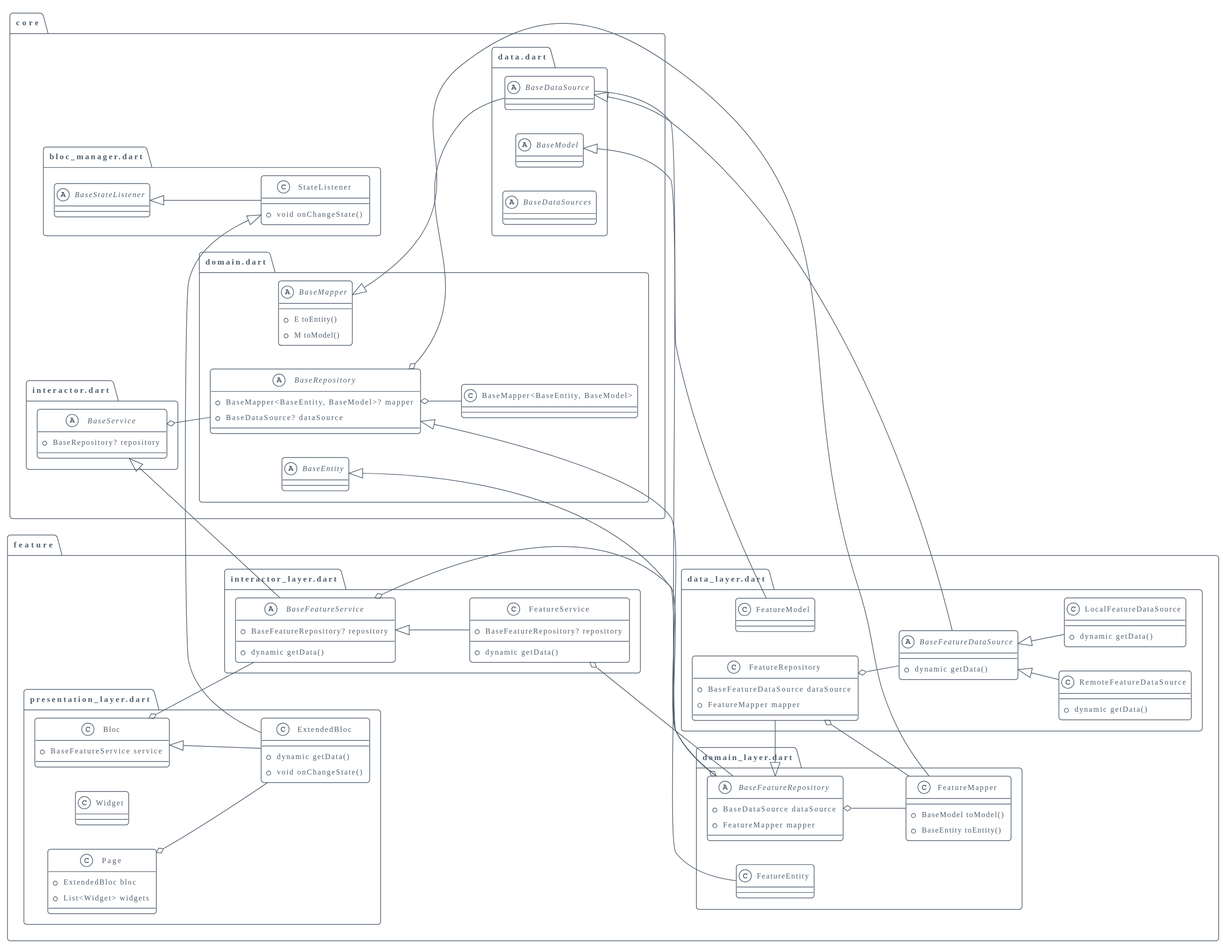
Above: diagram.svg in hamed-rezaee/flutter_component_architecture_poc (PlantUML), before the change.
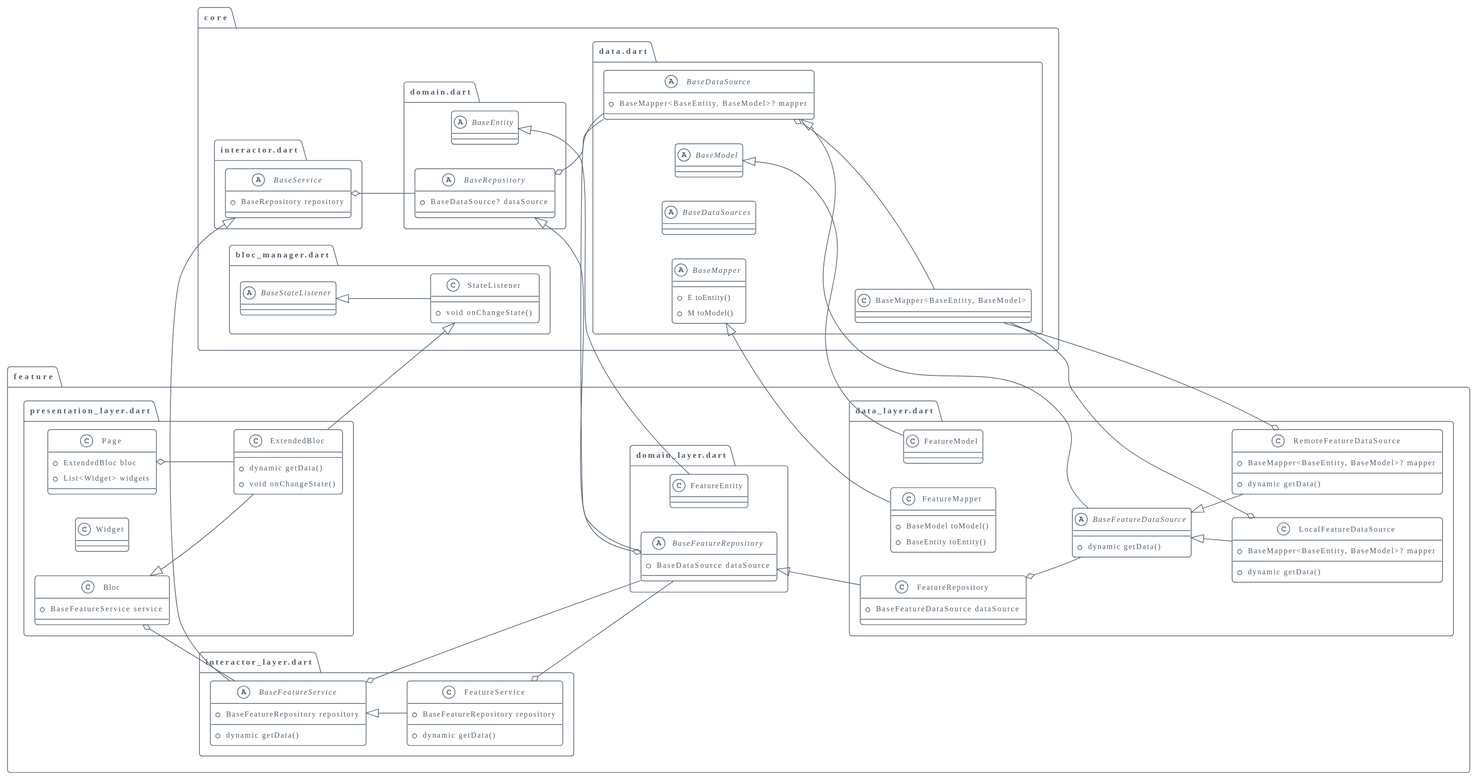
Above is the later version.

Commit message:
update class diagram

The edit, as a diff of the source:
```diff
@@ -5,6 +5,38 @@
 set namespaceSeparator ::
 
 left to right direction
+
+abstract class "core::interactor.dart::BaseService" {
+  +BaseRepository repository
+}
+
+"core::interactor.dart::BaseService" o-- "core::domain.dart::BaseRepository"
+
+abstract class "core::data.dart::BaseDataSource" {
+  +BaseMapper<BaseEntity, BaseModel>? mapper
+}
+
+"core::data.dart::BaseDataSource" o-- "core::data.dart::BaseMapper<BaseEntity, BaseModel>"
+
+abstract class "core::data.dart::BaseModel" {
+}
+
+abstract class "core::data.dart::BaseDataSources" {
+}
+
+abstract class "core::data.dart::BaseMapper" {
+  +E toEntity()
+  +M toModel()
+}
+
+abstract class "core::domain.dart::BaseEntity" {
+}
+
+abstract class "core::domain.dart::BaseRepository" {
+  +BaseDataSource? dataSource
+}
+
+"core::domain.dart::BaseRepository" o-- "core::data.dart::BaseDataSource"
 
 abstract class "core::bloc_manager.dart::BaseStateListener" {
 }
@@ -15,36 +47,33 @@
 
 "core::bloc_manager.dart::BaseStateListener" <|-- "core::bloc_manager.dart::StateListener"
 
-abstract class "core::data.dart::BaseDataSource" {
+class "feature::domain_layer.dart::FeatureEntity" {
 }
 
-abstract class "core::data.dart::BaseModel" {
+"core::domain.dart::BaseEntity" <|-- "feature::domain_layer.dart::FeatureEntity"
+
+abstract class "feature::domain_layer.dart::BaseFeatureRepository" {
+  +BaseDataSource dataSource
 }
 
-abstract class "core::data.dart::BaseDataSources" {
+"feature::domain_layer.dart::BaseFeatureRepository" o-- "core::data.dart::BaseDataSource"
+"core::domain.dart::BaseRepository" <|-- "feature::domain_layer.dart::BaseFeatureRepository"
+
+abstract class "feature::interactor_layer.dart::BaseFeatureService" {
+  +BaseFeatureRepository repository
+  +dynamic getData()
 }
 
-abstract class "core::domain.dart::BaseEntity" {
+"feature::interactor_layer.dart::BaseFeatureService" o-- "feature::domain_layer.dart::BaseFeatureRepository"
+"core::interactor.dart::BaseService" <|-- "feature::interactor_layer.dart::BaseFeatureService"
+
+class "feature::interactor_layer.dart::FeatureService" {
+  +BaseFeatureRepository repository
+  +dynamic getData()
 }
 
-abstract class "core::domain.dart::BaseMapper" {
-  +E toEntity()
-  +M toModel()
-}
-
-abstract class "core::domain.dart::BaseRepository" {
-  +BaseMapper<BaseEntity, BaseModel>? mapper
-  +BaseDataSource? dataSource
-}
-
-"core::domain.dart::BaseRepository" o-- "core::domain.dart::BaseMapper<BaseEntity, BaseModel>"
-"core::domain.dart::BaseRepository" o-- "core::data.dart::BaseDataSource"
-
-abstract class "core::interactor.dart::BaseService" {
-  +BaseRepository? repository
-}
-
-"core::interactor.dart::BaseService" o-- "core::domain.dart::BaseRepository"
+"feature::interactor_layer.dart::FeatureService" o-- "feature::domain_layer.dart::BaseFeatureRepository"
+"feature::interactor_layer.dart::BaseFeatureService" <|-- "feature::interactor_layer.dart::FeatureService"
 
 class "feature::data_layer.dart::FeatureModel" {
 }
@@ -58,62 +87,34 @@
 "core::data.dart::BaseDataSource" <|-- "feature::data_layer.dart::BaseFeatureDataSource"
 
 class "feature::data_layer.dart::RemoteFeatureDataSource" {
+  +BaseMapper<BaseEntity, BaseModel>? mapper
   +dynamic getData()
 }
 
+"feature::data_layer.dart::RemoteFeatureDataSource" o-- "core::data.dart::BaseMapper<BaseEntity, BaseModel>"
 "feature::data_layer.dart::BaseFeatureDataSource" <|-- "feature::data_layer.dart::RemoteFeatureDataSource"
 
 class "feature::data_layer.dart::LocalFeatureDataSource" {
+  +BaseMapper<BaseEntity, BaseModel>? mapper
   +dynamic getData()
 }
 
+"feature::data_layer.dart::LocalFeatureDataSource" o-- "core::data.dart::BaseMapper<BaseEntity, BaseModel>"
 "feature::data_layer.dart::BaseFeatureDataSource" <|-- "feature::data_layer.dart::LocalFeatureDataSource"
 
 class "feature::data_layer.dart::FeatureRepository" {
   +BaseFeatureDataSource dataSource
-  +FeatureMapper mapper
 }
 
 "feature::data_layer.dart::FeatureRepository" o-- "feature::data_layer.dart::BaseFeatureDataSource"
-"feature::data_layer.dart::FeatureRepository" o-- "feature::domain_layer.dart::FeatureMapper"
 "feature::domain_layer.dart::BaseFeatureRepository" <|-- "feature::data_layer.dart::FeatureRepository"
 
-class "feature::domain_layer.dart::FeatureEntity" {
-}
-
-"core::domain.dart::BaseEntity" <|-- "feature::domain_layer.dart::FeatureEntity"
-
-class "feature::domain_layer.dart::FeatureMapper" {
+class "feature::data_layer.dart::FeatureMapper" {
   +BaseModel toModel()
   +BaseEntity toEntity()
 }
 
-"core::domain.dart::BaseMapper" <|-- "feature::domain_layer.dart::FeatureMapper"
-
-abstract class "feature::domain_layer.dart::BaseFeatureRepository" {
-  +BaseDataSource dataSource
-  +FeatureMapper mapper
-}
-
-"feature::domain_layer.dart::BaseFeatureRepository" o-- "core::data.dart::BaseDataSource"
-"feature::domain_layer.dart::BaseFeatureRepository" o-- "feature::domain_layer.dart::FeatureMapper"
-"core::domain.dart::BaseRepository" <|-- "feature::domain_layer.dart::BaseFeatureRepository"
-
-abstract class "feature::interactor_layer.dart::BaseFeatureService" {
-  +BaseFeatureRepository? repository
-  +dynamic getData()
-}
-
-"feature::interactor_layer.dart::BaseFeatureService" o-- "feature::domain_layer.dart::BaseFeatureRepository"
-"core::interactor.dart::BaseService" <|-- "feature::interactor_layer.dart::BaseFeatureService"
-
-class "feature::interactor_layer.dart::FeatureService" {
-  +BaseFeatureRepository? repository
-  +dynamic getData()
-}
-
-"feature::interactor_layer.dart::FeatureService" o-- "feature::domain_layer.dart::BaseFeatureRepository"
-"feature::interactor_layer.dart::BaseFeatureService" <|-- "feature::interactor_layer.dart::FeatureService"
+"core::data.dart::BaseMapper" <|-- "feature::data_layer.dart::FeatureMapper"
 
 class "feature::presentation_layer.dart::ExtendedBloc" {
   +dynamic getData()
```
